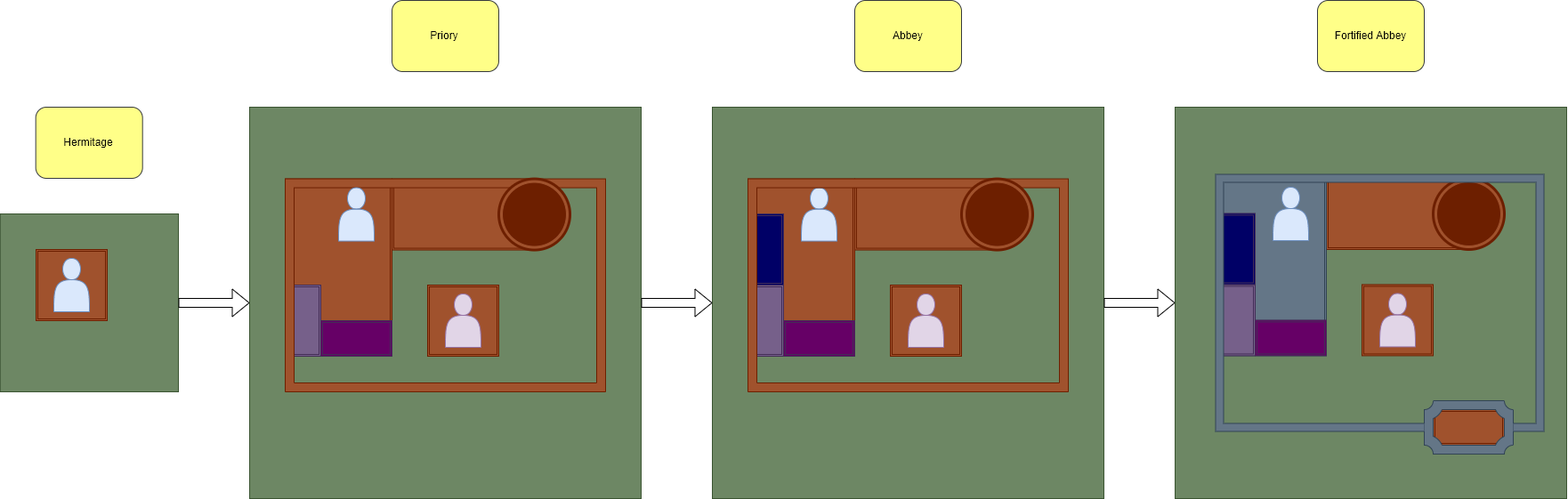
Above: manual/castle_design/fortifications-Monastic.png in WiebedeBoer/middle3D (draw.io), before the change. Source tidied: cells renumbered, new cells last; positions are measured from the earlier drawing's top-left corner, leaving out a move shared by most shapes. Source of this version:
```xml
<mxGraphModel>
  <root>
    <mxCell id="0" />
    <mxCell id="1" parent="0" />
    <mxCell id="2" style="rounded=0;whiteSpace=wrap;html=1;fillColor=#6d8764;strokeColor=#3A5431;fontColor=#ffffff;" parent="1" vertex="1">
      <mxGeometry x="1320" y="120" width="440" height="440" as="geometry" />
    </mxCell>
    <mxCell id="3" style="shape=ext;double=1;rounded=0;whiteSpace=wrap;html=1;fillColor=#a0522d;strokeColor=#6D1F00;fontColor=#ffffff;" parent="1" vertex="1">
      <mxGeometry x="1610" y="460" width="80" height="40" as="geometry" />
    </mxCell>
    <mxCell id="4" style="rounded=0;whiteSpace=wrap;html=1;fillColor=#6d8764;strokeColor=#3A5431;fontColor=#ffffff;" parent="1" vertex="1">
      <mxGeometry x="-0.2" y="240" width="200.2" height="200" as="geometry" />
    </mxCell>
    <mxCell id="5" value="Hermitage" style="rounded=1;whiteSpace=wrap;html=1;shadow=0;fillColor=#ffff88;strokeColor=#36393d;" parent="1" vertex="1">
      <mxGeometry x="39.7" y="120" width="120" height="80" as="geometry" />
    </mxCell>
    <mxCell id="6" value="Priory" style="rounded=1;whiteSpace=wrap;html=1;shadow=0;fillColor=#ffff88;strokeColor=#36393d;" parent="1" vertex="1">
      <mxGeometry x="440" width="120" height="80" as="geometry" />
    </mxCell>
    <mxCell id="7" value="Abbey" style="rounded=1;whiteSpace=wrap;html=1;shadow=0;fillColor=#ffff88;strokeColor=#36393d;" parent="1" vertex="1">
      <mxGeometry x="960" width="120" height="80" as="geometry" />
    </mxCell>
    <mxCell id="8" value="Fortified Abbey" style="rounded=1;whiteSpace=wrap;html=1;shadow=0;fillColor=#ffff88;strokeColor=#36393d;" parent="1" vertex="1">
      <mxGeometry x="1480" width="120" height="80" as="geometry" />
    </mxCell>
    <mxCell id="9" style="shape=ext;double=1;rounded=0;whiteSpace=wrap;html=1;fillColor=#a0522d;strokeColor=#6D1F00;fontColor=#ffffff;" parent="1" vertex="1">
      <mxGeometry x="40" y="280" width="80" height="80" as="geometry" />
    </mxCell>
    <mxCell id="10" style="shape=actor;whiteSpace=wrap;html=1;fillColor=#dae8fc;strokeColor=#6c8ebf;" parent="1" vertex="1">
      <mxGeometry x="60" y="290" width="40" height="60" as="geometry" />
    </mxCell>
    <mxCell id="11" style="rounded=0;whiteSpace=wrap;html=1;fillColor=#6d8764;strokeColor=#3A5431;fontColor=#ffffff;" parent="1" vertex="1">
      <mxGeometry x="280" y="120" width="440" height="440" as="geometry" />
    </mxCell>
    <mxCell id="12" style="shape=ext;double=1;rounded=0;whiteSpace=wrap;html=1;fillColor=#a0522d;strokeColor=#6D1F00;fontColor=#ffffff;" parent="1" vertex="1">
      <mxGeometry x="440" y="200.6" width="160" height="80" as="geometry" />
    </mxCell>
    <mxCell id="13" style="shape=ext;double=1;rounded=0;whiteSpace=wrap;html=1;fillColor=#a0522d;strokeColor=#6D1F00;fontColor=#ffffff;" parent="1" vertex="1">
      <mxGeometry x="480" y="320" width="80" height="80" as="geometry" />
    </mxCell>
    <mxCell id="14" style="shape=ext;double=1;rounded=0;whiteSpace=wrap;html=1;fillColor=#a0522d;strokeColor=#6D1F00;fontColor=#ffffff;" parent="1" vertex="1">
      <mxGeometry x="320" y="200.6" width="120" height="199.4" as="geometry" />
    </mxCell>
    <mxCell id="15" style="shape=ext;double=1;rounded=0;whiteSpace=wrap;html=1;fillColor=#660066;strokeColor=#432D57;fontColor=#ffffff;" parent="1" vertex="1">
      <mxGeometry x="360" y="360" width="80" height="40" as="geometry" />
    </mxCell>
    <mxCell id="16" style="shape=ext;double=1;rounded=0;whiteSpace=wrap;html=1;fillColor=#76608a;strokeColor=#432D57;fontColor=#ffffff;" parent="1" vertex="1">
      <mxGeometry x="320" y="320" width="40" height="80" as="geometry" />
    </mxCell>
    <mxCell id="17" style="verticalLabelPosition=bottom;verticalAlign=top;html=1;shape=mxgraph.basic.frame;dx=10;fillColor=#a0522d;strokeColor=#6D1F00;fontColor=#ffffff;" parent="1" vertex="1">
      <mxGeometry x="320" y="200.6" width="360" height="239.4" as="geometry" />
    </mxCell>
    <mxCell id="18" style="shape=mxgraph.bpmn.shape;html=1;verticalLabelPosition=bottom;labelBackgroundColor=#ffffff;verticalAlign=top;align=center;perimeter=ellipsePerimeter;outline=end;symbol=terminate;fillColor=#a0522d;strokeColor=#6D1F00;fontColor=#ffffff;" parent="1" vertex="1">
      <mxGeometry x="560" y="200.6" width="80" height="80" as="geometry" />
    </mxCell>
    <mxCell id="19" style="shape=actor;whiteSpace=wrap;html=1;fillColor=#dae8fc;strokeColor=#6c8ebf;" parent="1" vertex="1">
      <mxGeometry x="380" y="210.6" width="40" height="60" as="geometry" />
    </mxCell>
    <mxCell id="20" style="shape=actor;whiteSpace=wrap;html=1;fillColor=#e1d5e7;strokeColor=#9673a6;" parent="1" vertex="1">
      <mxGeometry x="500" y="330" width="40" height="60" as="geometry" />
    </mxCell>
    <mxCell id="21" style="rounded=0;whiteSpace=wrap;html=1;fillColor=#6d8764;strokeColor=#3A5431;fontColor=#ffffff;" parent="1" vertex="1">
      <mxGeometry x="800" y="120" width="440" height="440" as="geometry" />
    </mxCell>
    <mxCell id="22" style="shape=ext;double=1;rounded=0;whiteSpace=wrap;html=1;fillColor=#a0522d;strokeColor=#6D1F00;fontColor=#ffffff;" parent="1" vertex="1">
      <mxGeometry x="960" y="200.6" width="160" height="80" as="geometry" />
    </mxCell>
    <mxCell id="23" style="shape=ext;double=1;rounded=0;whiteSpace=wrap;html=1;fillColor=#a0522d;strokeColor=#6D1F00;fontColor=#ffffff;" parent="1" vertex="1">
      <mxGeometry x="1000" y="320" width="80" height="80" as="geometry" />
    </mxCell>
    <mxCell id="24" style="shape=ext;double=1;rounded=0;whiteSpace=wrap;html=1;fillColor=#a0522d;strokeColor=#6D1F00;fontColor=#ffffff;" parent="1" vertex="1">
      <mxGeometry x="840" y="200.6" width="120" height="199.4" as="geometry" />
    </mxCell>
    <mxCell id="25" style="shape=ext;double=1;rounded=0;whiteSpace=wrap;html=1;fillColor=#660066;strokeColor=#432D57;fontColor=#ffffff;" parent="1" vertex="1">
      <mxGeometry x="880" y="360" width="80" height="40" as="geometry" />
    </mxCell>
    <mxCell id="26" style="shape=ext;double=1;rounded=0;whiteSpace=wrap;html=1;fillColor=#76608a;strokeColor=#432D57;fontColor=#ffffff;" parent="1" vertex="1">
      <mxGeometry x="840" y="320" width="40" height="80" as="geometry" />
    </mxCell>
    <mxCell id="27" style="shape=actor;whiteSpace=wrap;html=1;fillColor=#dae8fc;strokeColor=#6c8ebf;" parent="1" vertex="1">
      <mxGeometry x="900" y="210.6" width="40" height="60" as="geometry" />
    </mxCell>
    <mxCell id="28" style="shape=actor;whiteSpace=wrap;html=1;fillColor=#e1d5e7;strokeColor=#9673a6;" parent="1" vertex="1">
      <mxGeometry x="1020" y="330" width="40" height="60" as="geometry" />
    </mxCell>
    <mxCell id="29" style="shape=ext;double=1;rounded=0;whiteSpace=wrap;html=1;fillColor=#000066;strokeColor=#432D57;fontColor=#ffffff;" parent="1" vertex="1">
      <mxGeometry x="840" y="240" width="40" height="80" as="geometry" />
    </mxCell>
    <mxCell id="30" style="verticalLabelPosition=bottom;verticalAlign=top;html=1;shape=mxgraph.basic.frame;dx=10;fillColor=#a0522d;strokeColor=#6D1F00;fontColor=#ffffff;" parent="1" vertex="1">
      <mxGeometry x="840" y="200.6" width="360" height="239.4" as="geometry" />
    </mxCell>
    <mxCell id="31" style="shape=mxgraph.bpmn.shape;html=1;verticalLabelPosition=bottom;labelBackgroundColor=#ffffff;verticalAlign=top;align=center;perimeter=ellipsePerimeter;outline=end;symbol=terminate;fillColor=#a0522d;strokeColor=#6D1F00;fontColor=#ffffff;" parent="1" vertex="1">
      <mxGeometry x="1080" y="200.6" width="80" height="80" as="geometry" />
    </mxCell>
    <mxCell id="32" style="shape=ext;double=1;rounded=0;whiteSpace=wrap;html=1;fillColor=#a0522d;strokeColor=#6D1F00;fontColor=#ffffff;" parent="1" vertex="1">
      <mxGeometry x="1490" y="200" width="160" height="80" as="geometry" />
    </mxCell>
    <mxCell id="33" style="shape=ext;double=1;rounded=0;whiteSpace=wrap;html=1;fillColor=#a0522d;strokeColor=#6D1F00;fontColor=#ffffff;" parent="1" vertex="1">
      <mxGeometry x="1530" y="319.4" width="80" height="80" as="geometry" />
    </mxCell>
    <mxCell id="34" style="shape=ext;double=1;rounded=0;whiteSpace=wrap;html=1;fillColor=#647687;strokeColor=#314354;fontColor=#ffffff;" parent="1" vertex="1">
      <mxGeometry x="1370" y="200" width="120" height="199.4" as="geometry" />
    </mxCell>
    <mxCell id="35" style="shape=ext;double=1;rounded=0;whiteSpace=wrap;html=1;fillColor=#660066;strokeColor=#432D57;fontColor=#ffffff;" parent="1" vertex="1">
      <mxGeometry x="1410" y="359.4" width="80" height="40" as="geometry" />
    </mxCell>
    <mxCell id="36" style="shape=ext;double=1;rounded=0;whiteSpace=wrap;html=1;fillColor=#76608a;strokeColor=#432D57;fontColor=#ffffff;" parent="1" vertex="1">
      <mxGeometry x="1370" y="319.4" width="40" height="80" as="geometry" />
    </mxCell>
    <mxCell id="37" style="shape=actor;whiteSpace=wrap;html=1;fillColor=#dae8fc;strokeColor=#6c8ebf;" parent="1" vertex="1">
      <mxGeometry x="1430" y="210" width="40" height="60" as="geometry" />
    </mxCell>
    <mxCell id="38" style="shape=actor;whiteSpace=wrap;html=1;fillColor=#e1d5e7;strokeColor=#9673a6;" parent="1" vertex="1">
      <mxGeometry x="1550" y="329.4" width="40" height="60" as="geometry" />
    </mxCell>
    <mxCell id="39" style="shape=ext;double=1;rounded=0;whiteSpace=wrap;html=1;fillColor=#000066;strokeColor=#432D57;fontColor=#ffffff;" parent="1" vertex="1">
      <mxGeometry x="1370" y="239.4" width="40" height="80" as="geometry" />
    </mxCell>
    <mxCell id="40" style="shape=mxgraph.bpmn.shape;html=1;verticalLabelPosition=bottom;labelBackgroundColor=#ffffff;verticalAlign=top;align=center;perimeter=ellipsePerimeter;outline=end;symbol=terminate;fillColor=#a0522d;strokeColor=#6D1F00;fontColor=#ffffff;" parent="1" vertex="1">
      <mxGeometry x="1610" y="200" width="80" height="80" as="geometry" />
    </mxCell>
    <mxCell id="41" style="verticalLabelPosition=bottom;verticalAlign=top;html=1;shape=mxgraph.basic.plaque_frame;dx=10;fillColor=#647687;strokeColor=#314354;fontColor=#ffffff;shadow=0;" parent="1" vertex="1">
      <mxGeometry x="1600" y="450" width="100" height="60" as="geometry" />
    </mxCell>
    <mxCell id="42" style="shape=filledEdge;rounded=0;fixDash=1;endArrow=none;strokeWidth=10;fillColor=#647687;edgeStyle=orthogonalEdgeStyle;strokeColor=#314354;entryX=1;entryY=0.5;entryDx=0;entryDy=0;entryPerimeter=0;exitX=0;exitY=0.5;exitDx=0;exitDy=0;exitPerimeter=0;" parent="1" edge="1" source="41" target="41">
      <mxGeometry relative="1" as="geometry">
        <Array as="points">
          <mxPoint x="1370" y="480" />
          <mxPoint x="1370" y="200" />
          <mxPoint x="1730" y="200" />
          <mxPoint x="1730" y="480" />
        </Array>
      </mxGeometry>
    </mxCell>
    <mxCell id="43" style="shape=flexArrow;endArrow=classic;html=1;entryX=0;entryY=0.5;entryDx=0;entryDy=0;exitX=1;exitY=0.5;exitDx=0;exitDy=0;" parent="1" edge="1" source="4" target="11">
      <mxGeometry relative="1" as="geometry" />
    </mxCell>
    <mxCell id="44" style="shape=flexArrow;endArrow=classic;html=1;entryX=0;entryY=0.5;entryDx=0;entryDy=0;exitX=1;exitY=0.5;exitDx=0;exitDy=0;" parent="1" edge="1" source="11" target="21">
      <mxGeometry relative="1" as="geometry" />
    </mxCell>
    <mxCell id="45" style="shape=flexArrow;endArrow=classic;html=1;entryX=0;entryY=0.5;entryDx=0;entryDy=0;exitX=1;exitY=0.5;exitDx=0;exitDy=0;" parent="1" edge="1" source="21" target="2">
      <mxGeometry relative="1" as="geometry" />
    </mxCell>
  </root>
</mxGraphModel>
```
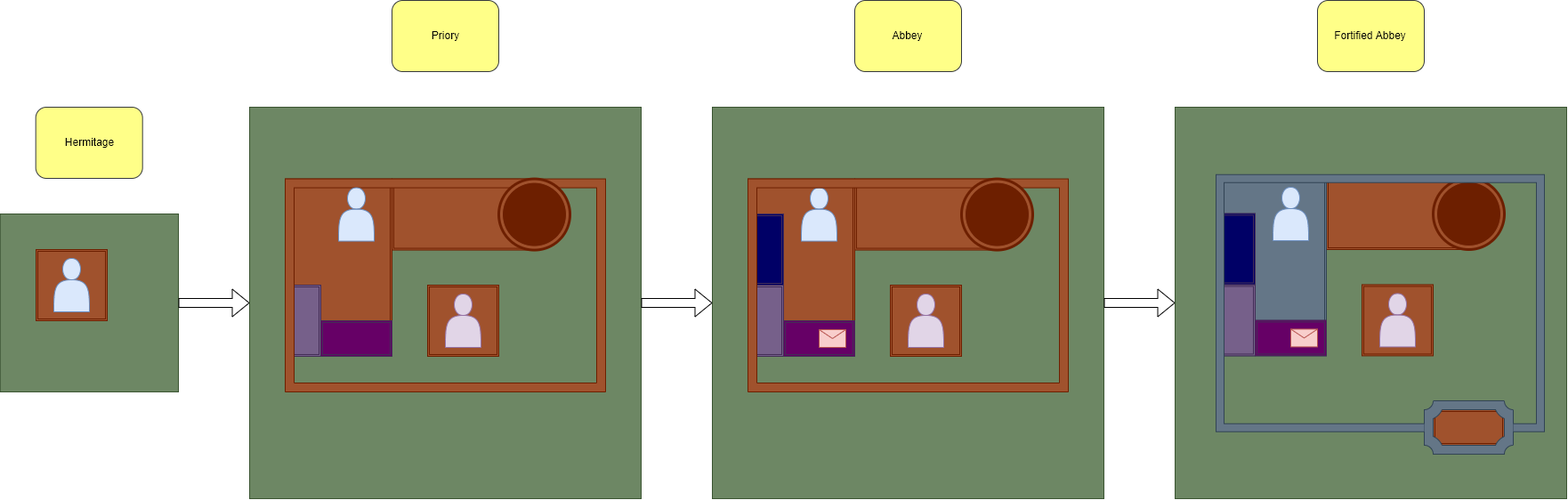
The same diagram one commit later.

Diff of the diagram source:
```diff
@@ -141,5 +141,11 @@
     <mxCell id="45" style="shape=flexArrow;endArrow=classic;html=1;entryX=0;entryY=0.5;entryDx=0;entryDy=0;exitX=1;exitY=0.5;exitDx=0;exitDy=0;" parent="1" edge="1" source="21" target="2">
       <mxGeometry relative="1" as="geometry" />
     </mxCell>
+    <mxCell id="46" style="shape=message;whiteSpace=wrap;html=1;fillColor=#f8cecc;strokeColor=#b85450;" parent="1" vertex="1">
+      <mxGeometry x="920" y="370" width="30" height="20" as="geometry" />
+    </mxCell>
+    <mxCell id="47" style="shape=message;whiteSpace=wrap;html=1;fillColor=#f8cecc;strokeColor=#b85450;" parent="1" vertex="1">
+      <mxGeometry x="1450" y="369.4" width="30" height="20" as="geometry" />
+    </mxCell>
   </root>
 </mxGraphModel>
```
